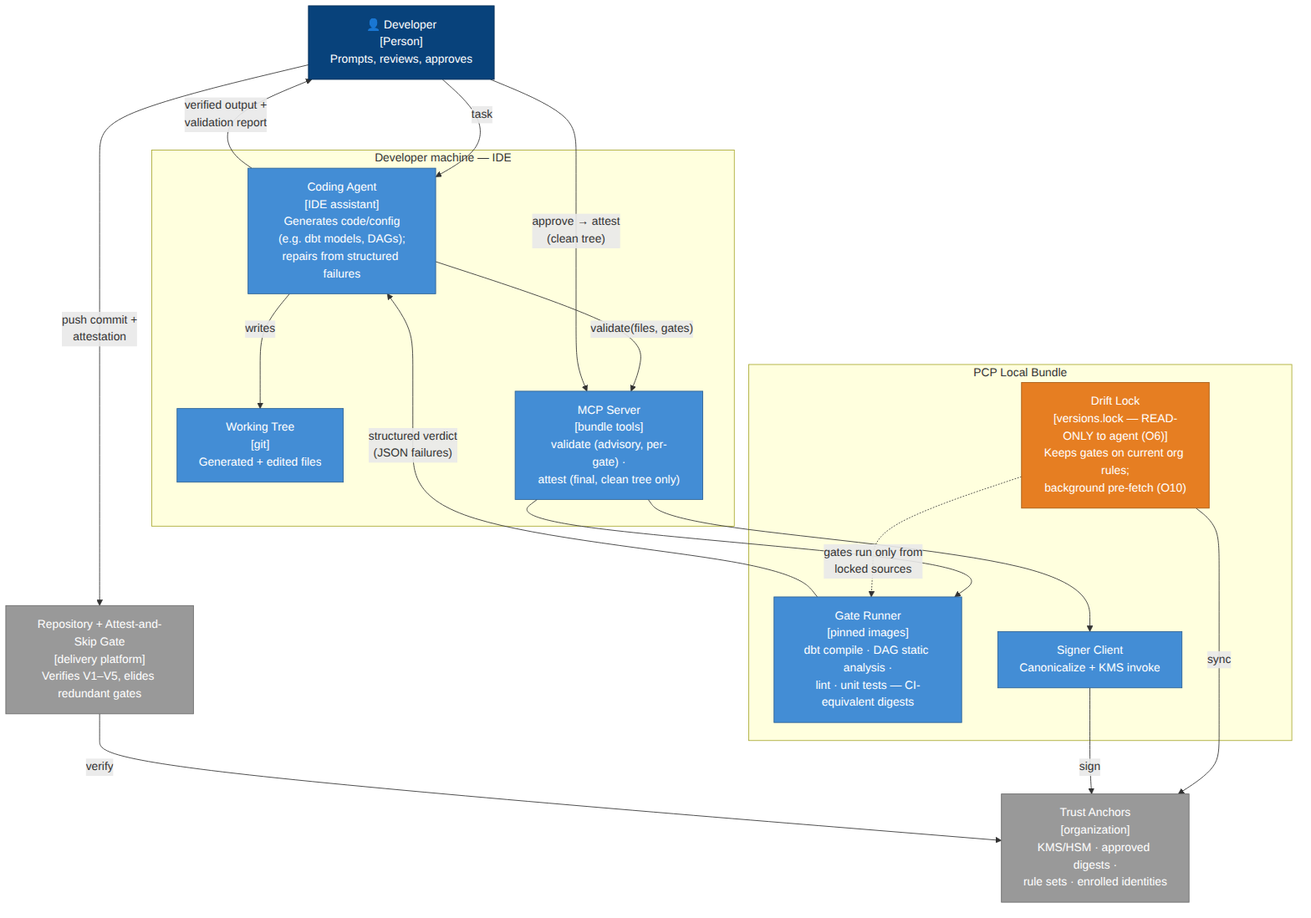
The Mermaid diagram diagrams/agent-loop-containers.png in JackCid89/proof-carrying-pipelines, before a commit. Its source is kept beside it as diagrams/agent-loop-containers.mmd. Source of this version:
```mermaid
flowchart TB
    dev["👤 Developer<br/>[Person]<br/>Prompts, reviews, approves"]

    subgraph ide["Developer machine — IDE"]
        agent["Coding Agent<br/>[IDE assistant]<br/>Generates code/config<br/>(e.g. dbt models, DAGs);<br/>repairs from structured failures"]
        ws["Working Tree<br/>[git]<br/>Generated + edited files"]
        mcp["MCP Server<br/>[bundle tools]<br/>validate (advisory, per-gate) ·<br/>attest (final, clean tree only)"]
    end

    subgraph bundle["PCP Local Bundle"]
        gates["Gate Runner<br/>[pinned images]<br/>dbt compile · DAG static analysis ·<br/>lint · unit tests — CI-equivalent digests"]
        lock["Drift Lock<br/>[versions.lock — READ-ONLY to agent (O6)]<br/>Keeps gates on current org rules;<br/>background pre-fetch (O10)"]
        signer["Signer Client<br/>Canonicalize + KMS invoke"]
    end

    anchors["Trust Anchors<br/>[organization]<br/>KMS/HSM · approved digests ·<br/>rule sets · enrolled identities"]

    platform["Repository + Attest-and-Skip Gate<br/>[delivery platform]<br/>Verifies V1–V5, elides redundant gates"]

    dev -- "task" --> agent
    agent -- "writes" --> ws
    agent -- "validate(files, gates)" --> mcp
    mcp --> gates
    gates -- "structured verdict<br/>(JSON failures)" --> agent
    lock -.->|"gates run only from<br/>locked sources"| gates
    lock -- "sync" --> anchors
    agent -- "verified output +<br/>validation report" --> dev
    dev -- "approve → attest<br/>(clean tree)" --> mcp
    mcp --> signer -- "sign" --> anchors
    dev -- "push commit +<br/>attestation" --> platform
    platform -- "verify" --> anchors

    classDef c fill:#438dd5,stroke:#2e6295,color:#ffffff
    classDef hl fill:#e67e22,stroke:#a85a12,color:#ffffff
    classDef ext fill:#999999,stroke:#6b6b6b,color:#ffffff
    classDef person fill:#08427b,stroke:#052e56,color:#ffffff
    class dev person
    class agent,ws,mcp,gates,signer c
    class lock hl
    class anchors,platform ext
```
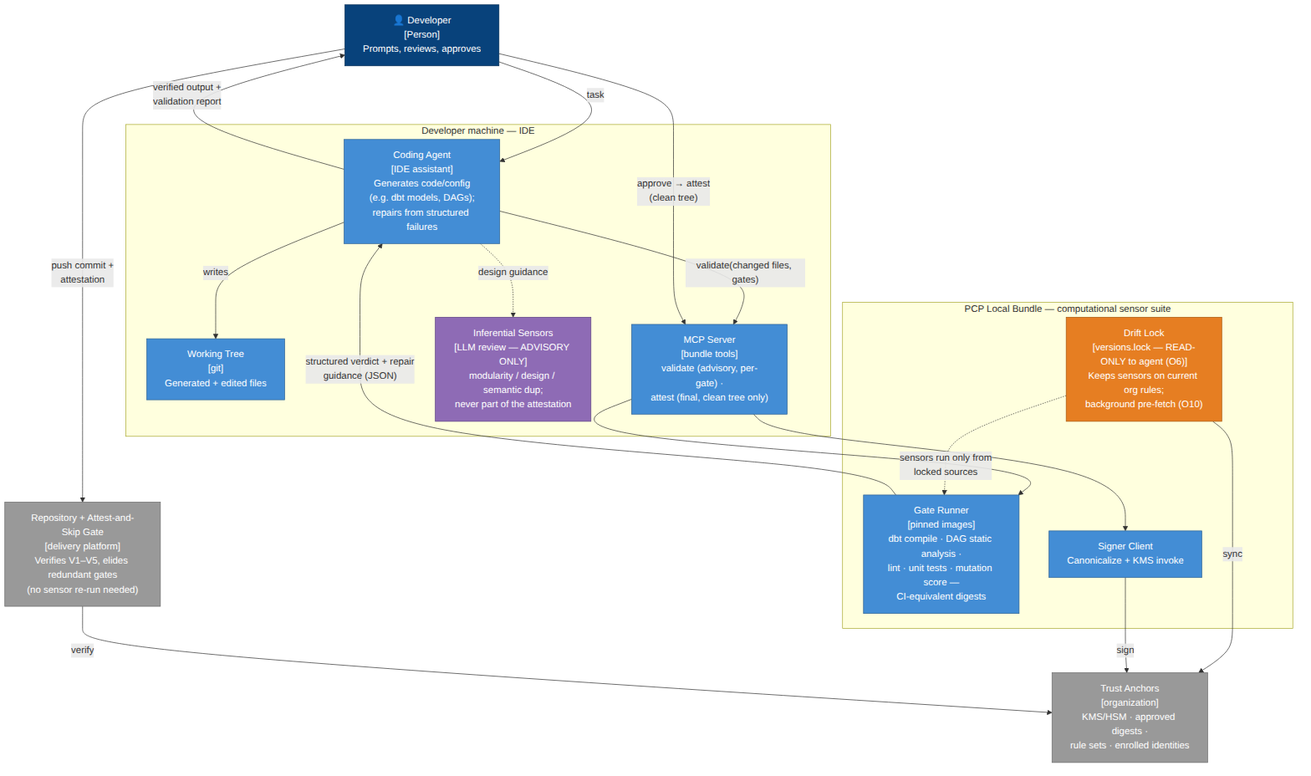
Above is the later version.

Commit message:
agent loop: Böckeler sensor framework — fidelity/integrity, mutation-score gate vs reward hacking, guidance-rich verdicts

What changed in the source:
```diff
@@ -5,24 +5,26 @@
         agent["Coding Agent<br/>[IDE assistant]<br/>Generates code/config<br/>(e.g. dbt models, DAGs);<br/>repairs from structured failures"]
         ws["Working Tree<br/>[git]<br/>Generated + edited files"]
         mcp["MCP Server<br/>[bundle tools]<br/>validate (advisory, per-gate) ·<br/>attest (final, clean tree only)"]
+        infer["Inferential Sensors<br/>[LLM review — ADVISORY ONLY]<br/>modularity / design / semantic dup;<br/>never part of the attestation"]
     end
 
-    subgraph bundle["PCP Local Bundle"]
-        gates["Gate Runner<br/>[pinned images]<br/>dbt compile · DAG static analysis ·<br/>lint · unit tests — CI-equivalent digests"]
-        lock["Drift Lock<br/>[versions.lock — READ-ONLY to agent (O6)]<br/>Keeps gates on current org rules;<br/>background pre-fetch (O10)"]
+    subgraph bundle["PCP Local Bundle — computational sensor suite"]
+        gates["Gate Runner<br/>[pinned images]<br/>dbt compile · DAG static analysis ·<br/>lint · unit tests · mutation score —<br/>CI-equivalent digests"]
+        lock["Drift Lock<br/>[versions.lock — READ-ONLY to agent (O6)]<br/>Keeps sensors on current org rules;<br/>background pre-fetch (O10)"]
         signer["Signer Client<br/>Canonicalize + KMS invoke"]
     end
 
     anchors["Trust Anchors<br/>[organization]<br/>KMS/HSM · approved digests ·<br/>rule sets · enrolled identities"]
 
-    platform["Repository + Attest-and-Skip Gate<br/>[delivery platform]<br/>Verifies V1–V5, elides redundant gates"]
+    platform["Repository + Attest-and-Skip Gate<br/>[delivery platform]<br/>Verifies V1–V5, elides redundant gates<br/>(no sensor re-run needed)"]
 
     dev -- "task" --> agent
     agent -- "writes" --> ws
-    agent -- "validate(files, gates)" --> mcp
+    agent -- "validate(changed files, gates)" --> mcp
+    agent -. "design guidance" .-> infer
     mcp --> gates
-    gates -- "structured verdict<br/>(JSON failures)" --> agent
-    lock -.->|"gates run only from<br/>locked sources"| gates
+    gates -- "structured verdict + repair<br/>guidance (JSON)" --> agent
+    lock -.->|"sensors run only from<br/>locked sources"| gates
     lock -- "sync" --> anchors
     agent -- "verified output +<br/>validation report" --> dev
     dev -- "approve → attest<br/>(clean tree)" --> mcp
@@ -34,7 +36,9 @@
     classDef hl fill:#e67e22,stroke:#a85a12,color:#ffffff
     classDef ext fill:#999999,stroke:#6b6b6b,color:#ffffff
     classDef person fill:#08427b,stroke:#052e56,color:#ffffff
+    classDef adv fill:#8e6bb5,stroke:#5e4283,color:#ffffff
     class dev person
     class agent,ws,mcp,gates,signer c
     class lock hl
+    class infer adv
     class anchors,platform ext
```
